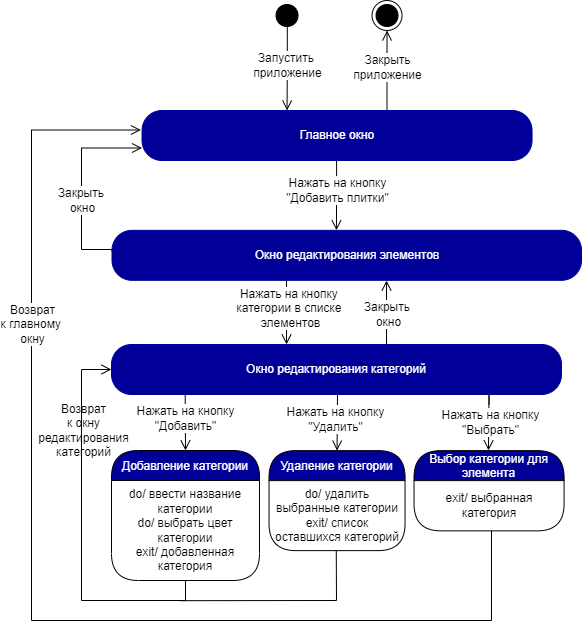
Earlier version of the draw.io export SM_Bloks/Edit_element/State_machine_edit_kategory.drawio.png (iCosmos76/Curriculum-Designer). Source tidied: cells renumbered, new cells last; positions are measured from the earlier drawing's top-left corner, leaving out a move shared by most shapes. Source of this version:
```xml
<mxGraphModel>
  <root>
    <mxCell id="0" />
    <mxCell id="1" parent="0" />
    <mxCell id="2" style="ellipse;html=1;shape=startState;fillColor=#000000;strokeColor=#000000;fontColor=#000099;" parent="1" vertex="1">
      <mxGeometry x="240.5" width="30" height="30" as="geometry" />
    </mxCell>
    <mxCell id="3" value="&lt;font style=&quot;font-size: 12px&quot;&gt;Запустить &lt;br&gt;приложение&lt;/font&gt;" style="edgeStyle=orthogonalEdgeStyle;html=1;verticalAlign=bottom;endArrow=open;endSize=8;strokeColor=#030000;rounded=0;exitX=0.509;exitY=0.876;exitDx=0;exitDy=0;exitPerimeter=0;spacingBottom=-14;fontSize=10;" parent="1" edge="1" source="2">
      <mxGeometry relative="1" as="geometry">
        <mxPoint x="255.5" y="110" as="targetPoint" />
      </mxGeometry>
    </mxCell>
    <mxCell id="4" value="&lt;font style=&quot;font-size: 12px&quot;&gt;Закрыть&lt;br&gt;приложение&lt;/font&gt;" style="edgeStyle=orthogonalEdgeStyle;html=1;verticalAlign=bottom;endArrow=open;endSize=8;strokeColor=#030000;rounded=0;spacingBottom=-14;fontSize=10;entryX=0.5;entryY=1;entryDx=0;entryDy=0;exitX=0.781;exitY=0;exitDx=0;exitDy=0;exitPerimeter=0;" parent="1" edge="1" target="5">
      <mxGeometry relative="1" as="geometry">
        <mxPoint x="355.5" y="110" as="sourcePoint" />
        <Array as="points">
          <mxPoint x="355.5" y="70" />
          <mxPoint x="355.5" y="70" />
        </Array>
      </mxGeometry>
    </mxCell>
    <mxCell id="5" style="ellipse;html=1;shape=endState;fillColor=#000000;strokeColor=#030000;" parent="1" vertex="1">
      <mxGeometry x="340.5" width="30" height="30" as="geometry" />
    </mxCell>
    <mxCell id="6" value="Главное окно" style="rounded=1;whiteSpace=wrap;html=1;arcSize=40;fontColor=#FFFFFF;fillColor=#000099;strokeColor=#000099;" parent="1" vertex="1">
      <mxGeometry x="110.5" y="110" width="390" height="50" as="geometry" />
    </mxCell>
    <mxCell id="7" style="edgeStyle=orthogonalEdgeStyle;html=1;verticalAlign=bottom;endArrow=open;endSize=8;strokeColor=#000000;rounded=0;fontSize=10;exitX=0.097;exitY=1.006;exitDx=0;exitDy=0;exitPerimeter=0;entryX=0.154;entryY=0;entryDx=0;entryDy=0;entryPerimeter=0;" parent="1" edge="1">
      <mxGeometry relative="1" as="geometry">
        <mxPoint x="305.1" y="160.1" as="sourcePoint" />
        <mxPoint x="305" y="229.8" as="targetPoint" />
        <Array as="points">
          <mxPoint x="304.9" y="169.8" />
        </Array>
      </mxGeometry>
    </mxCell>
    <mxCell id="8" value="Нажать на кнопку&lt;br&gt;&quot;Добавить плитки&quot;" style="edgeLabel;html=1;align=center;verticalAlign=middle;fontSize=12;" parent="7" vertex="1">
      <mxGeometry x="-0.25" y="2" relative="1" as="geometry">
        <mxPoint x="-2" y="3" as="offset" />
      </mxGeometry>
    </mxCell>
    <mxCell id="9" value="Окно редактирования элементов" style="rounded=1;whiteSpace=wrap;html=1;arcSize=40;fontColor=#FFFFFF;fillColor=#000099;strokeColor=#000099;" parent="1" vertex="1">
      <mxGeometry x="80.5" y="229.8" width="469.5" height="50" as="geometry" />
    </mxCell>
    <mxCell id="10" style="edgeStyle=orthogonalEdgeStyle;html=1;verticalAlign=bottom;endArrow=open;endSize=8;strokeColor=#000000;rounded=0;fontSize=10;exitX=0;exitY=0.42;exitDx=0;exitDy=0;exitPerimeter=0;entryX=0;entryY=0.75;entryDx=0;entryDy=0;" parent="1" edge="1" source="9" target="6">
      <mxGeometry relative="1" as="geometry">
        <Array as="points">
          <mxPoint x="81" y="249" />
          <mxPoint x="50" y="249" />
          <mxPoint x="50" y="148" />
        </Array>
      </mxGeometry>
    </mxCell>
    <mxCell id="11" value="Закрыть &lt;br&gt;окно" style="edgeLabel;html=1;align=center;verticalAlign=middle;fontSize=12;" parent="10" vertex="1">
      <mxGeometry x="-0.36" y="-2" relative="1" as="geometry">
        <mxPoint x="-2" y="-20" as="offset" />
      </mxGeometry>
    </mxCell>
    <mxCell id="12" value="Окно редактирования категорий" style="rounded=1;whiteSpace=wrap;html=1;arcSize=40;fontColor=#FFFFFF;fillColor=#000099;strokeColor=#000099;" parent="1" vertex="1">
      <mxGeometry x="80" y="344" width="450" height="50" as="geometry" />
    </mxCell>
    <mxCell id="13" style="edgeStyle=orthogonalEdgeStyle;html=1;verticalAlign=bottom;endArrow=open;endSize=8;strokeColor=#000000;rounded=0;fontSize=10;exitX=0.477;exitY=1.04;exitDx=0;exitDy=0;exitPerimeter=0;" parent="1" edge="1">
      <mxGeometry relative="1" as="geometry">
        <mxPoint x="254.5" y="279.8" as="sourcePoint" />
        <mxPoint x="255" y="344" as="targetPoint" />
        <Array as="points">
          <mxPoint x="254.9" y="343.8" />
        </Array>
      </mxGeometry>
    </mxCell>
    <mxCell id="14" value="Нажать на кнопку &lt;br&gt;категории в списке &lt;br&gt;элементов" style="edgeLabel;html=1;align=center;verticalAlign=middle;fontSize=12;" parent="13" vertex="1">
      <mxGeometry x="-0.25" y="2" relative="1" as="geometry">
        <mxPoint x="1" y="4" as="offset" />
      </mxGeometry>
    </mxCell>
    <mxCell id="15" style="edgeStyle=orthogonalEdgeStyle;html=1;verticalAlign=bottom;endArrow=open;endSize=8;strokeColor=#000000;rounded=0;fontSize=10;" parent="1" edge="1">
      <mxGeometry relative="1" as="geometry">
        <mxPoint x="355" y="313.2" as="sourcePoint" />
        <mxPoint x="355" y="280" as="targetPoint" />
        <Array as="points">
          <mxPoint x="354.5" y="344" />
        </Array>
      </mxGeometry>
    </mxCell>
    <mxCell id="16" value="Закрыть&amp;nbsp;&lt;br&gt;окно" style="edgeLabel;html=1;align=center;verticalAlign=middle;fontSize=12;" parent="15" vertex="1">
      <mxGeometry x="-0.25" y="2" relative="1" as="geometry">
        <mxPoint x="3" y="-26" as="offset" />
      </mxGeometry>
    </mxCell>
    <mxCell id="17" style="edgeStyle=orthogonalEdgeStyle;html=1;verticalAlign=bottom;endArrow=open;endSize=8;strokeColor=#000000;rounded=0;fontSize=10;" parent="1" edge="1">
      <mxGeometry relative="1" as="geometry">
        <mxPoint x="153.7" y="394" as="sourcePoint" />
        <mxPoint x="154" y="450" as="targetPoint" />
        <Array as="points">
          <mxPoint x="153.7" y="394" />
        </Array>
      </mxGeometry>
    </mxCell>
    <mxCell id="18" value="Нажать на кнопку&lt;br&gt;&quot;Добавить&quot;" style="edgeLabel;html=1;align=center;verticalAlign=middle;fontSize=12;" parent="17" vertex="1">
      <mxGeometry x="-0.25" y="2" relative="1" as="geometry">
        <mxPoint x="-2" y="3" as="offset" />
      </mxGeometry>
    </mxCell>
    <mxCell id="19" value="Добавление категории" style="swimlane;fontStyle=0;align=center;verticalAlign=middle;horizontal=1;startSize=30;fontColor=#FFFFFF;rounded=1;arcSize=30;strokeColor=#030000;fillColor=#000099;swimlaneFillColor=#FFFFFF;fontSize=12;" parent="1" vertex="1">
      <mxGeometry x="80" y="450" width="148" height="130" as="geometry" />
    </mxCell>
    <mxCell id="20" value="do/ ввести название категории&lt;br&gt;do/ выбрать цвет категории&lt;br&gt;exit/ добавленная категория" style="text;html=1;strokeColor=none;fillColor=none;align=center;verticalAlign=middle;spacingLeft=4;spacingRight=4;whiteSpace=wrap;overflow=hidden;fontColor=#000000;fontSize=12;" parent="19" vertex="1">
      <mxGeometry y="30" width="148" height="100" as="geometry" />
    </mxCell>
    <mxCell id="21" style="edgeStyle=orthogonalEdgeStyle;html=1;verticalAlign=bottom;endArrow=open;endSize=8;strokeColor=#000000;rounded=0;fontSize=10;entryX=0.5;entryY=0;entryDx=0;entryDy=0;" parent="1" edge="1" target="23">
      <mxGeometry relative="1" as="geometry">
        <mxPoint x="306" y="394" as="sourcePoint" />
        <Array as="points">
          <mxPoint x="306" y="394" />
          <mxPoint x="306" y="450" />
        </Array>
      </mxGeometry>
    </mxCell>
    <mxCell id="22" value="Нажать на кнопку&lt;br&gt;&quot;Удалить&quot;" style="edgeLabel;html=1;align=center;verticalAlign=middle;fontSize=12;" parent="21" vertex="1">
      <mxGeometry x="-0.25" y="2" relative="1" as="geometry">
        <mxPoint x="-4" y="3" as="offset" />
      </mxGeometry>
    </mxCell>
    <mxCell id="23" value="Удаление категории" style="swimlane;fontStyle=0;align=center;verticalAlign=middle;horizontal=1;startSize=30;fontColor=#FFFFFF;rounded=1;arcSize=30;strokeColor=#030000;fillColor=#000099;swimlaneFillColor=#FFFFFF;fontSize=12;" parent="1" vertex="1">
      <mxGeometry x="237.5" y="450.1" width="136" height="100" as="geometry" />
    </mxCell>
    <mxCell id="24" value="do/ удалить выбранные категории&lt;br&gt;exit/ список оставшихся категорий" style="text;html=1;strokeColor=none;fillColor=none;align=center;verticalAlign=middle;spacingLeft=4;spacingRight=4;whiteSpace=wrap;overflow=hidden;fontColor=#000000;fontSize=12;" parent="23" vertex="1">
      <mxGeometry y="30" width="136" height="70" as="geometry" />
    </mxCell>
    <mxCell id="25" value="Выбор категории для&#10;элемента" style="swimlane;fontStyle=0;align=center;verticalAlign=middle;horizontal=1;startSize=30;fontColor=#FFFFFF;rounded=1;arcSize=30;strokeColor=#030000;fillColor=#000099;swimlaneFillColor=#FFFFFF;fontSize=12;" parent="1" vertex="1">
      <mxGeometry x="382.5" y="450.1" width="150" height="80.2" as="geometry" />
    </mxCell>
    <mxCell id="26" value="exit/ выбранная категория" style="text;html=1;strokeColor=none;fillColor=none;align=center;verticalAlign=middle;spacingLeft=4;spacingRight=4;whiteSpace=wrap;overflow=hidden;fontColor=#000000;fontSize=12;" parent="25" vertex="1">
      <mxGeometry y="30" width="150" height="50" as="geometry" />
    </mxCell>
    <mxCell id="27" value="exit/ список добавленных блоков" style="text;html=1;strokeColor=none;fillColor=none;align=center;verticalAlign=middle;spacingLeft=4;spacingRight=4;whiteSpace=wrap;overflow=hidden;fontColor=#000000;fontSize=12;" parent="25" vertex="1">
      <mxGeometry y="80" width="150" height="0.2" as="geometry" />
    </mxCell>
    <mxCell id="28" style="edgeStyle=orthogonalEdgeStyle;html=1;verticalAlign=bottom;endArrow=open;endSize=8;strokeColor=#000000;rounded=0;fontSize=10;entryX=-0.003;entryY=0.39;entryDx=0;entryDy=0;entryPerimeter=0;" parent="1" edge="1" target="6">
      <mxGeometry relative="1" as="geometry">
        <mxPoint x="460" y="620" as="sourcePoint" />
        <Array as="points">
          <mxPoint y="620" />
          <mxPoint y="130" />
        </Array>
      </mxGeometry>
    </mxCell>
    <mxCell id="29" value="Возврат&lt;br&gt;к главному &lt;br&gt;окну" style="edgeLabel;html=1;align=center;verticalAlign=middle;fontSize=12;" parent="28" vertex="1">
      <mxGeometry x="0.38" y="-1" relative="1" as="geometry">
        <mxPoint x="-1" y="-26" as="offset" />
      </mxGeometry>
    </mxCell>
    <mxCell id="30" style="edgeStyle=orthogonalEdgeStyle;html=1;verticalAlign=bottom;endArrow=open;endSize=8;strokeColor=#000000;rounded=0;fontSize=10;" parent="1" edge="1">
      <mxGeometry relative="1" as="geometry">
        <mxPoint x="457.5" y="404" as="sourcePoint" />
        <mxPoint x="457" y="450" as="targetPoint" />
        <Array as="points">
          <mxPoint x="457.8" y="394" />
        </Array>
      </mxGeometry>
    </mxCell>
    <mxCell id="31" value="Нажать на кнопку&lt;br&gt;&quot;Выбрать&quot;" style="edgeLabel;html=1;align=center;verticalAlign=middle;fontSize=12;" parent="30" vertex="1">
      <mxGeometry x="-0.25" y="2" relative="1" as="geometry">
        <mxPoint x="-1" y="12" as="offset" />
      </mxGeometry>
    </mxCell>
    <mxCell id="32" style="edgeStyle=orthogonalEdgeStyle;html=1;verticalAlign=bottom;endArrow=open;endSize=8;strokeColor=#000000;rounded=0;fontSize=10;exitX=0.5;exitY=1;exitDx=0;exitDy=0;entryX=0;entryY=0.5;entryDx=0;entryDy=0;" parent="1" edge="1" source="20" target="12">
      <mxGeometry relative="1" as="geometry">
        <Array as="points">
          <mxPoint x="154" y="600" />
          <mxPoint x="50" y="600" />
          <mxPoint x="50" y="369" />
        </Array>
      </mxGeometry>
    </mxCell>
    <mxCell id="33" value="Возврат&lt;br style=&quot;font-size: 12px&quot;&gt;к окну&lt;br&gt;редактирования&lt;br&gt;категорий" style="edgeLabel;html=1;align=center;verticalAlign=middle;fontSize=12;labelBackgroundColor=none;" parent="32" vertex="1">
      <mxGeometry x="0.35" y="-1" relative="1" as="geometry">
        <mxPoint y="-34" as="offset" />
      </mxGeometry>
    </mxCell>
    <mxCell id="34" style="endArrow=none;html=1;rounded=0;fontSize=12;" parent="1" edge="1">
      <mxGeometry relative="1" as="geometry">
        <mxPoint x="305" y="600" as="sourcePoint" />
        <mxPoint x="304.8" y="550.1" as="targetPoint" />
      </mxGeometry>
    </mxCell>
    <mxCell id="35" style="endArrow=none;html=1;rounded=0;fontSize=12;" parent="1" edge="1">
      <mxGeometry relative="1" as="geometry">
        <mxPoint x="460" y="620" as="sourcePoint" />
        <mxPoint x="460" y="530.4" as="targetPoint" />
      </mxGeometry>
    </mxCell>
    <mxCell id="36" style="endArrow=none;html=1;rounded=0;fontSize=12;" parent="1" edge="1">
      <mxGeometry relative="1" as="geometry">
        <mxPoint x="148" y="600.2" as="sourcePoint" />
        <mxPoint x="305" y="600" as="targetPoint" />
      </mxGeometry>
    </mxCell>
  </root>
</mxGraphModel>
```
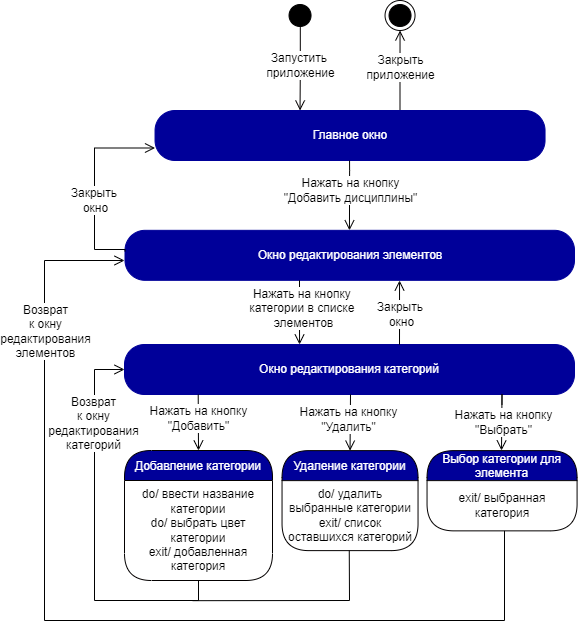
The same diagram one commit later.

Change to the diagram source:
```diff
@@ -34,13 +34,13 @@
         </Array>
       </mxGeometry>
     </mxCell>
-    <mxCell id="8" value="Нажать на кнопку&lt;br&gt;&quot;Добавить плитки&quot;" style="edgeLabel;html=1;align=center;verticalAlign=middle;fontSize=12;" parent="7" vertex="1">
+    <mxCell id="8" value="Нажать на кнопку&lt;br&gt;&quot;Добавить дисциплины&quot;" style="edgeLabel;html=1;align=center;verticalAlign=middle;fontSize=12;" parent="7" vertex="1">
       <mxGeometry x="-0.25" y="2" relative="1" as="geometry">
         <mxPoint x="-2" y="3" as="offset" />
       </mxGeometry>
     </mxCell>
     <mxCell id="9" value="Окно редактирования элементов" style="rounded=1;whiteSpace=wrap;html=1;arcSize=40;fontColor=#FFFFFF;fillColor=#000099;strokeColor=#000099;" parent="1" vertex="1">
-      <mxGeometry x="80.5" y="229.8" width="469.5" height="50" as="geometry" />
+      <mxGeometry x="80.5" y="229.8" width="449.5" height="50" as="geometry" />
     </mxCell>
     <mxCell id="10" style="edgeStyle=orthogonalEdgeStyle;html=1;verticalAlign=bottom;endArrow=open;endSize=8;strokeColor=#000000;rounded=0;fontSize=10;exitX=0;exitY=0.42;exitDx=0;exitDy=0;exitPerimeter=0;entryX=0;entryY=0.75;entryDx=0;entryDy=0;" parent="1" edge="1" source="9" target="6">
       <mxGeometry relative="1" as="geometry">
@@ -136,18 +136,19 @@
     <mxCell id="27" value="exit/ список добавленных блоков" style="text;html=1;strokeColor=none;fillColor=none;align=center;verticalAlign=middle;spacingLeft=4;spacingRight=4;whiteSpace=wrap;overflow=hidden;fontColor=#000000;fontSize=12;" parent="25" vertex="1">
       <mxGeometry y="80" width="150" height="0.2" as="geometry" />
     </mxCell>
-    <mxCell id="28" style="edgeStyle=orthogonalEdgeStyle;html=1;verticalAlign=bottom;endArrow=open;endSize=8;strokeColor=#000000;rounded=0;fontSize=10;entryX=-0.003;entryY=0.39;entryDx=0;entryDy=0;entryPerimeter=0;" parent="1" edge="1" target="6">
+    <mxCell id="28" style="edgeStyle=orthogonalEdgeStyle;html=1;verticalAlign=bottom;endArrow=open;endSize=8;strokeColor=#000000;rounded=0;fontSize=10;" parent="1" edge="1">
       <mxGeometry relative="1" as="geometry">
         <mxPoint x="460" y="620" as="sourcePoint" />
+        <mxPoint x="80" y="260" as="targetPoint" />
         <Array as="points">
           <mxPoint y="620" />
-          <mxPoint y="130" />
+          <mxPoint y="260" />
         </Array>
       </mxGeometry>
     </mxCell>
-    <mxCell id="29" value="Возврат&lt;br&gt;к главному &lt;br&gt;окну" style="edgeLabel;html=1;align=center;verticalAlign=middle;fontSize=12;" parent="28" vertex="1">
+    <mxCell id="29" value="Возврат&lt;br&gt;к окну&lt;br&gt;редактирования&lt;br&gt;элементов" style="edgeLabel;html=1;align=center;verticalAlign=middle;fontSize=12;" parent="28" vertex="1">
       <mxGeometry x="0.38" y="-1" relative="1" as="geometry">
-        <mxPoint x="-1" y="-26" as="offset" />
+        <mxPoint x="-1" y="-130" as="offset" />
       </mxGeometry>
     </mxCell>
     <mxCell id="30" style="edgeStyle=orthogonalEdgeStyle;html=1;verticalAlign=bottom;endArrow=open;endSize=8;strokeColor=#000000;rounded=0;fontSize=10;" parent="1" edge="1">
@@ -173,9 +174,9 @@
         </Array>
       </mxGeometry>
     </mxCell>
-    <mxCell id="33" value="Возврат&lt;br style=&quot;font-size: 12px&quot;&gt;к окну&lt;br&gt;редактирования&lt;br&gt;категорий" style="edgeLabel;html=1;align=center;verticalAlign=middle;fontSize=12;labelBackgroundColor=none;" parent="32" vertex="1">
+    <mxCell id="33" value="Возврат&lt;br style=&quot;font-size: 12px&quot;&gt;к окну&lt;br&gt;редактирования&lt;br&gt;категорий" style="edgeLabel;html=1;align=center;verticalAlign=middle;fontSize=12;labelBackgroundColor=default;" parent="32" vertex="1">
       <mxGeometry x="0.35" y="-1" relative="1" as="geometry">
-        <mxPoint y="-34" as="offset" />
+        <mxPoint x="-3" y="-41" as="offset" />
       </mxGeometry>
     </mxCell>
     <mxCell id="34" style="endArrow=none;html=1;rounded=0;fontSize=12;" parent="1" edge="1">
```
